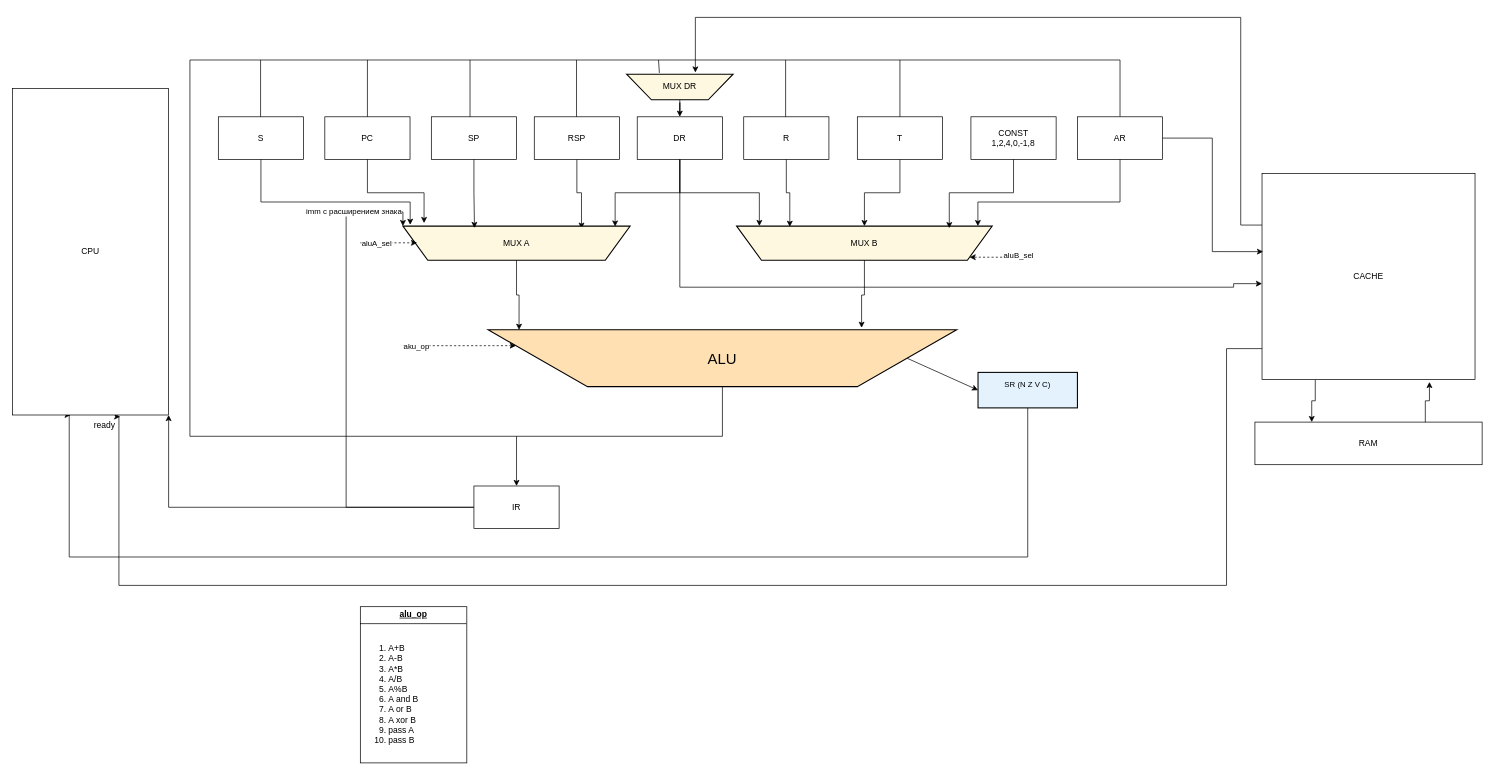
MKoblents/mz keeps this draw.io diagram as scheme.drawio. Above is the earlier version. Source tidied: cells renumbered, new cells numbered last; positions are measured from the earlier drawing's top-left corner, leaving out a move shared by most shapes. Both pictures are drawn from the tidied source at 71%, with x=0, y=0 at pixel (12, 17).
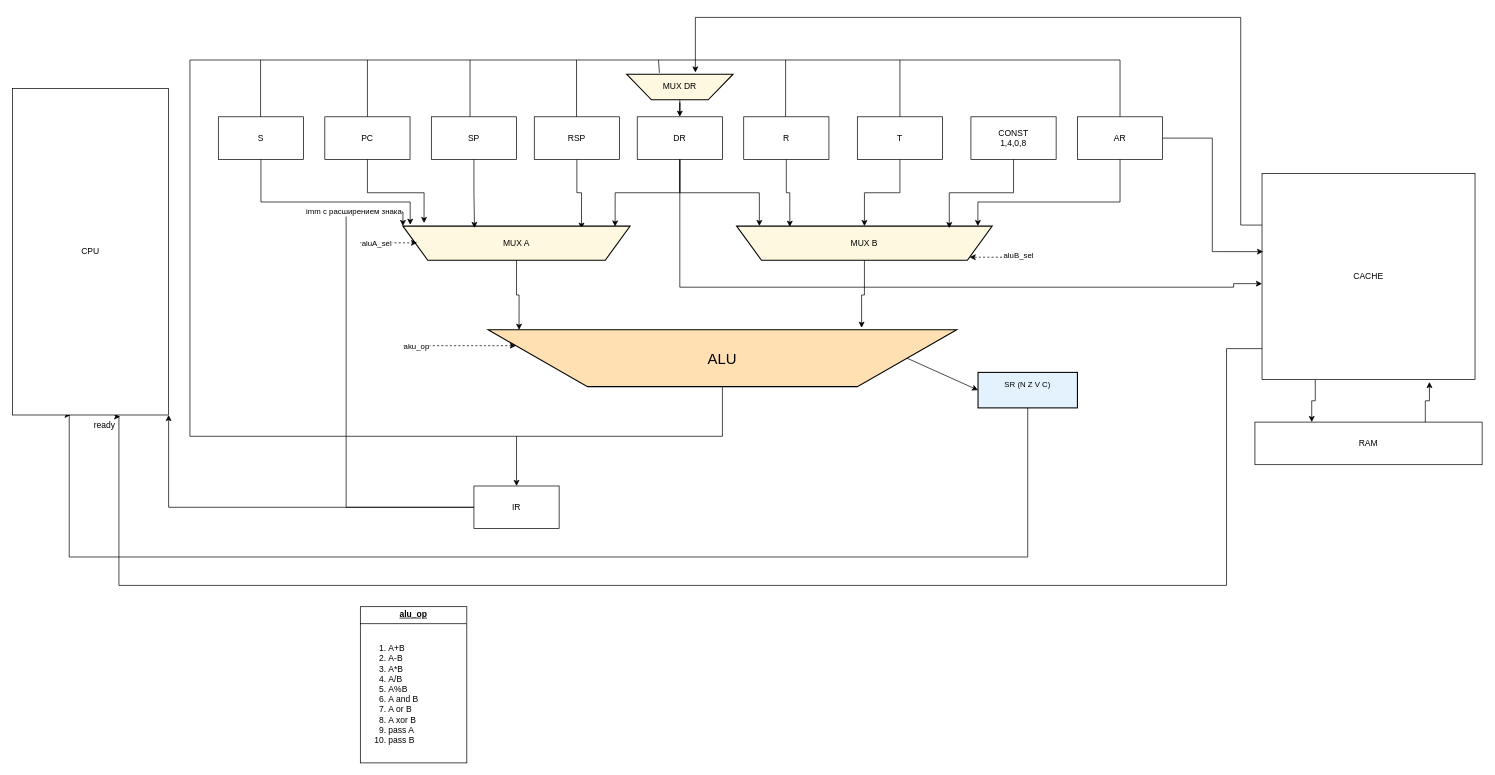
Above is the later version.

What changed in the source:
```diff
@@
-    <mxCell id="9" value="CONST&lt;br&gt;1,2,4,0,-1,8" style="rounded=0;whiteSpace=wrap;html=1;" parent="1" vertex="1">
+    <mxCell id="9" value="CONST&lt;br&gt;1,4,0,8" style="rounded=0;whiteSpace=wrap;html=1;" parent="1" vertex="1">
       <mxGeometry x="1350" y="140" width="120" height="60" as="geometry" />
     </mxCell>
```
